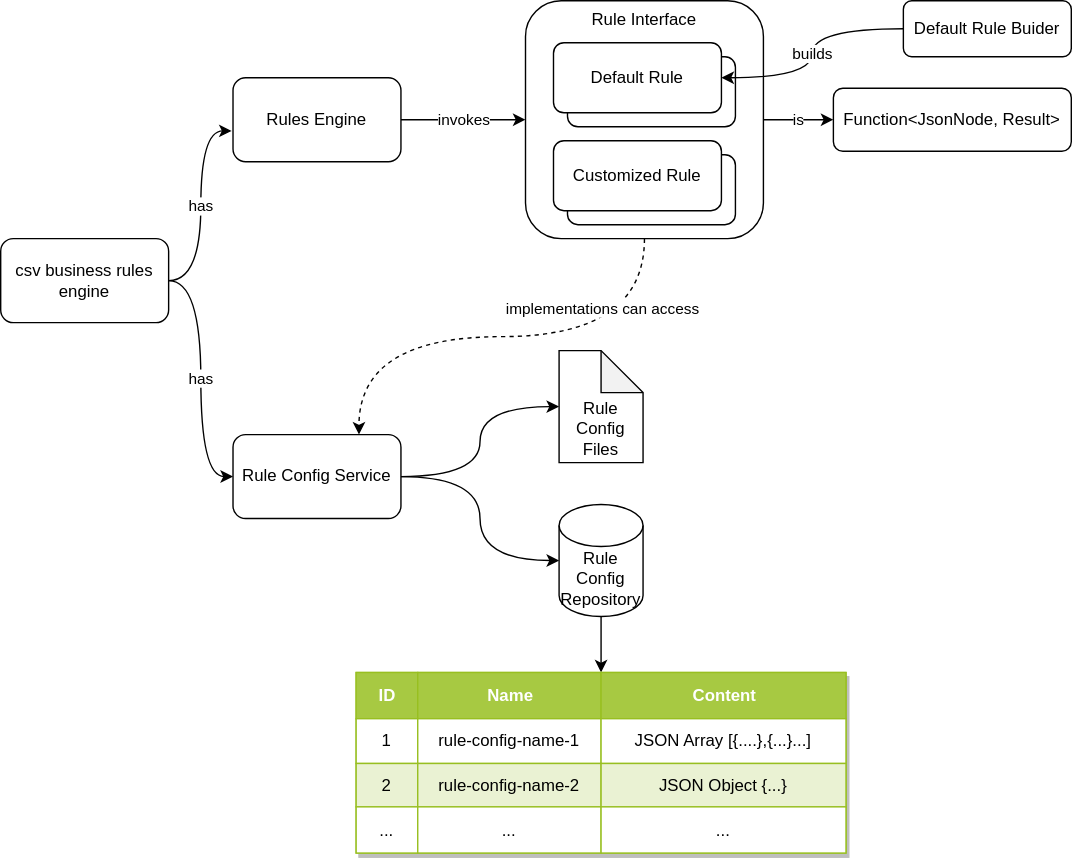
This is csv-business-rules-engine.drawio.svg from colinzhu/business-rule-engine, a draw.io export, as it was before one commit. Source tidied: cells renumbered, new cells last; positions are measured from the earlier drawing's top-left corner, leaving out a move shared by most shapes.
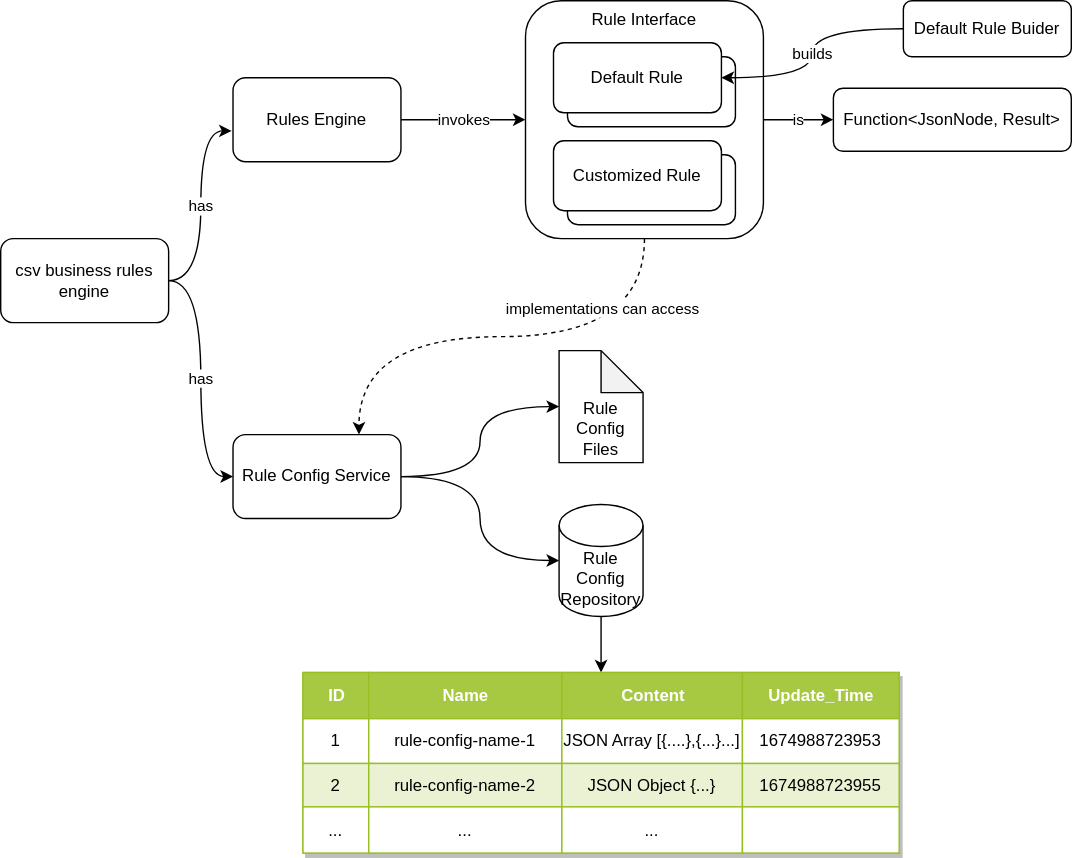
Above is the later version.

What changed in the source:
```diff
@@ -39,56 +39,68 @@
       <mxGeometry x="645" width="120" height="40" as="geometry" />
     </mxCell>
     <mxCell id="14" value="Assets" style="strokeColor=#98bf21;fillColor=#A7C942;shadow=1;" parent="1" vertex="1">
-      <mxGeometry x="254" y="480" width="350" height="129" as="geometry" />
+      <mxGeometry x="216" y="480" width="426" height="129" as="geometry" />
     </mxCell>
     <mxCell id="15" style="shape=tableRow;horizontal=0;startSize=0;swimlaneHead=0;swimlaneBody=0;top=0;left=0;bottom=0;right=0;fontStyle=0;strokeColor=inherit;fillColor=#ffffff;" parent="14" vertex="1">
-      <mxGeometry width="350" height="33" as="geometry" />
+      <mxGeometry width="426" height="33" as="geometry" />
     </mxCell>
     <mxCell id="16" value="ID" style="strokeColor=inherit;fillColor=#A7C942;align=center;fontStyle=1;fontColor=#FFFFFF;html=1;" parent="15" vertex="1">
-      <mxGeometry width="44" height="33" as="geometry" />
+      <mxGeometry width="47" height="33" as="geometry" />
     </mxCell>
     <mxCell id="17" value="Name" style="strokeColor=inherit;fillColor=#A7C942;align=center;fontStyle=1;fontColor=#FFFFFF;html=1;" parent="15" vertex="1">
-      <mxGeometry x="44" width="131" height="33" as="geometry" />
+      <mxGeometry x="47" width="138" height="33" as="geometry" />
     </mxCell>
     <mxCell id="18" value="Content" style="strokeColor=inherit;fillColor=#A7C942;align=center;fontStyle=1;fontColor=#FFFFFF;html=1;" parent="15" vertex="1">
-      <mxGeometry x="175" width="175" height="33" as="geometry" />
+      <mxGeometry x="185" width="129" height="33" as="geometry" />
     </mxCell>
+    <mxCell id="42" value="Update_Time" style="strokeColor=inherit;fillColor=#A7C942;align=center;fontStyle=1;fontColor=#FFFFFF;html=1;" parent="15" vertex="1">
+      <mxGeometry x="314" width="112" height="33" as="geometry" />
+    </mxCell>
     <mxCell id="19" style="shape=tableRow;horizontal=0;startSize=0;swimlaneHead=0;swimlaneBody=0;top=0;left=0;bottom=0;right=0;fontStyle=0;strokeColor=inherit;fillColor=#ffffff;" parent="14" vertex="1">
-      <mxGeometry y="33" width="350" height="32" as="geometry" />
+      <mxGeometry y="33" width="426" height="32" as="geometry" />
     </mxCell>
     <mxCell id="20" value="1" style="strokeColor=inherit;fillColor=inherit;align=center;whiteSpace=wrap;html=1;" parent="19" vertex="1">
-      <mxGeometry width="44" height="32" as="geometry" />
+      <mxGeometry width="47" height="32" as="geometry" />
     </mxCell>
     <mxCell id="21" value="rule-config-name-1" style="strokeColor=inherit;fillColor=inherit;align=center;whiteSpace=wrap;html=1;" parent="19" vertex="1">
-      <mxGeometry x="44" width="131" height="32" as="geometry" />
+      <mxGeometry x="47" width="138" height="32" as="geometry" />
     </mxCell>
     <mxCell id="22" value="JSON Array [{....},{...}...]" style="strokeColor=inherit;fillColor=inherit;align=center;whiteSpace=wrap;html=1;" parent="19" vertex="1">
-      <mxGeometry x="175" width="175" height="32" as="geometry" />
+      <mxGeometry x="185" width="129" height="32" as="geometry" />
     </mxCell>
+    <mxCell id="43" value="1674988723953" style="strokeColor=inherit;fillColor=inherit;align=center;whiteSpace=wrap;html=1;" parent="19" vertex="1">
+      <mxGeometry x="314" width="112" height="32" as="geometry" />
+    </mxCell>
     <mxCell id="23" style="shape=tableRow;horizontal=0;startSize=0;swimlaneHead=0;swimlaneBody=0;top=0;left=0;bottom=0;right=0;fontStyle=1;strokeColor=inherit;fillColor=#EAF2D3;" parent="14" vertex="1">
-      <mxGeometry y="65" width="350" height="31" as="geometry" />
+      <mxGeometry y="65" width="426" height="31" as="geometry" />
     </mxCell>
     <mxCell id="24" value="2" style="strokeColor=inherit;fillColor=inherit;whiteSpace=wrap;html=1;" parent="23" vertex="1">
-      <mxGeometry width="44" height="31" as="geometry" />
+      <mxGeometry width="47" height="31" as="geometry" />
     </mxCell>
     <mxCell id="25" value="rule-config-name-2" style="strokeColor=inherit;fillColor=inherit;whiteSpace=wrap;html=1;" parent="23" vertex="1">
-      <mxGeometry x="44" width="131" height="31" as="geometry" />
+      <mxGeometry x="47" width="138" height="31" as="geometry" />
     </mxCell>
     <mxCell id="26" value="JSON Object {...}" style="strokeColor=inherit;fillColor=inherit;whiteSpace=wrap;html=1;" parent="23" vertex="1">
-      <mxGeometry x="175" width="175" height="31" as="geometry" />
+      <mxGeometry x="185" width="129" height="31" as="geometry" />
     </mxCell>
+    <mxCell id="44" value="1674988723955" style="strokeColor=inherit;fillColor=inherit;whiteSpace=wrap;html=1;" parent="23" vertex="1">
+      <mxGeometry x="314" width="112" height="31" as="geometry" />
+    </mxCell>
     <mxCell id="27" style="shape=tableRow;horizontal=0;startSize=0;swimlaneHead=0;swimlaneBody=0;top=0;left=0;bottom=0;right=0;fontStyle=0;strokeColor=inherit;fillColor=#ffffff;" parent="14" vertex="1">
-      <mxGeometry y="96" width="350" height="33" as="geometry" />
+      <mxGeometry y="96" width="426" height="33" as="geometry" />
     </mxCell>
     <mxCell id="28" value="..." style="strokeColor=inherit;fillColor=inherit;fontStyle=0;align=center;whiteSpace=wrap;html=1;" parent="27" vertex="1">
-      <mxGeometry width="44" height="33" as="geometry" />
+      <mxGeometry width="47" height="33" as="geometry" />
     </mxCell>
     <mxCell id="29" value="..." style="strokeColor=inherit;fillColor=inherit;fontStyle=0;align=center;whiteSpace=wrap;html=1;" parent="27" vertex="1">
-      <mxGeometry x="44" width="131" height="33" as="geometry" />
+      <mxGeometry x="47" width="138" height="33" as="geometry" />
     </mxCell>
     <mxCell id="30" value="..." style="strokeColor=inherit;fillColor=inherit;fontStyle=0;align=center;whiteSpace=wrap;html=1;" parent="27" vertex="1">
-      <mxGeometry x="175" width="175" height="33" as="geometry" />
+      <mxGeometry x="185" width="129" height="33" as="geometry" />
     </mxCell>
+    <mxCell id="45" style="strokeColor=inherit;fillColor=inherit;fontStyle=0;align=center;whiteSpace=wrap;html=1;" parent="27" vertex="1">
+      <mxGeometry x="314" width="112" height="33" as="geometry" />
+    </mxCell>
     <mxCell id="31" value="is" style="edgeStyle=orthogonalEdgeStyle;curved=1;rounded=0;jettySize=auto;html=1;entryX=0;entryY=0.5;entryDx=0;entryDy=0;exitX=1;exitY=0.5;exitDx=0;exitDy=0;" parent="1" edge="1" source="33" target="41">
       <mxGeometry relative="1" as="geometry" />
     </mxCell>
```
